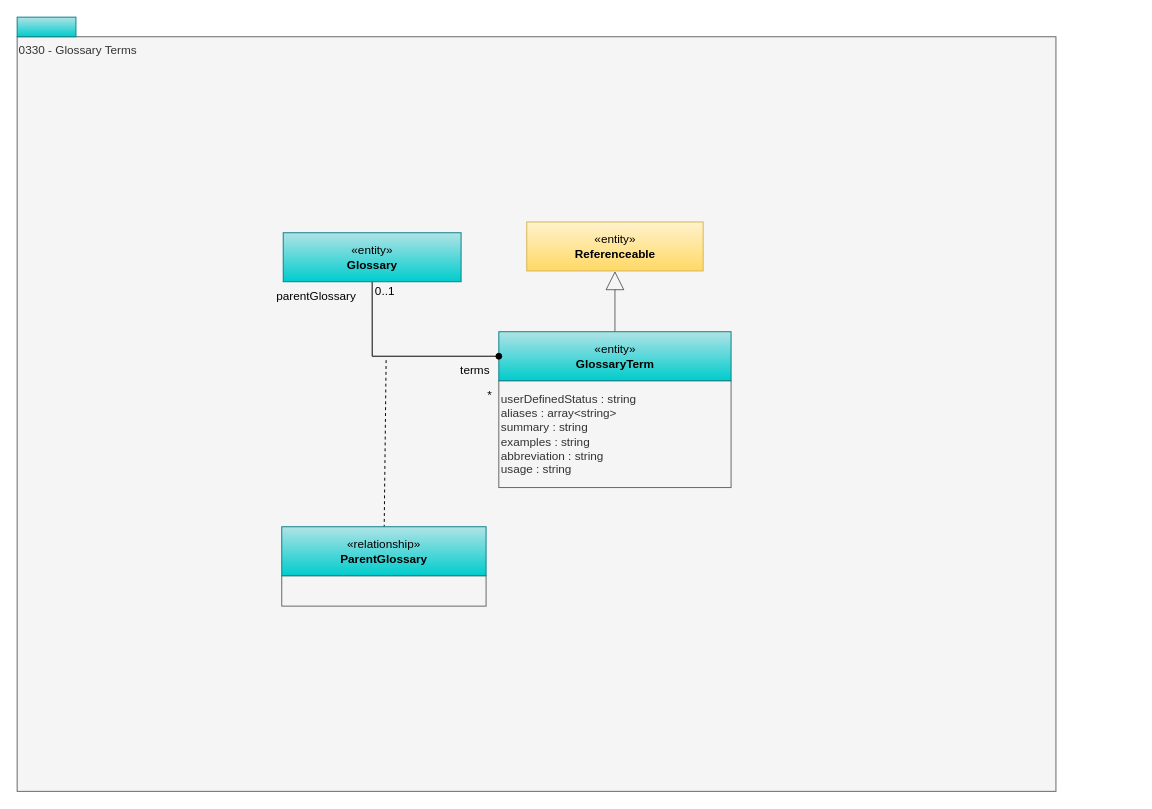
Earlier version of the draw.io diagram page "0330-Terms" (3 of 11) of site/docs/types/3/area-3-glossary.drawio (odpi/egeria-docs). Source tidied: cells renumbered, new cells numbered last; positions are measured from the earlier drawing's top-left corner, leaving out a move shared by most shapes. Both pictures are drawn from the tidied source at 98%, with x=0, y=0 at pixel (17, 17).
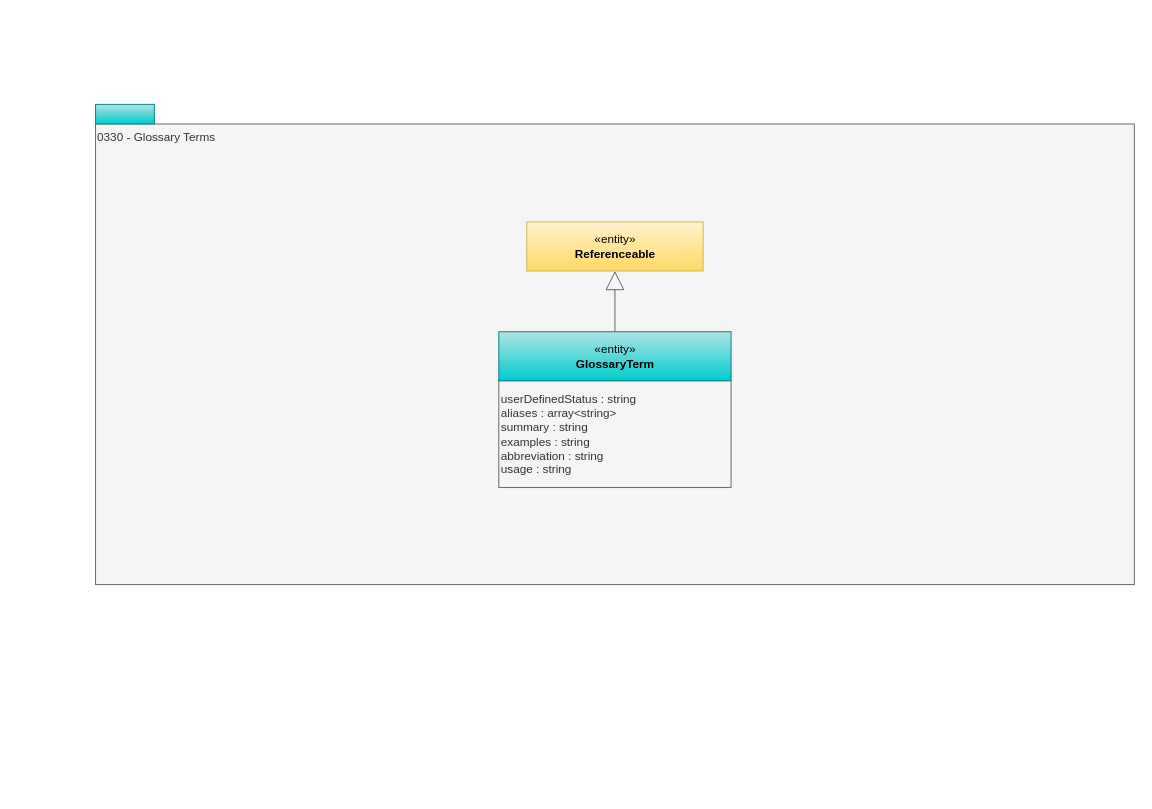
The same diagram, later.

The edit, as a diff of the source:
```diff
@@
 <mxGraphModel>
   <root>
     <mxCell id="0" />
     <mxCell id="1" parent="0" />
     <mxCell id="2" value="0330 - Glossary Terms" style="rounded=0;whiteSpace=wrap;html=1;align=left;verticalAlign=top;fillColor=#f5f5f5;fontColor=#333333;strokeColor=#666666;" parent="1" vertex="1">
-      <mxGeometry y="20" width="1060" height="770" as="geometry" />
+      <mxGeometry x="80" y="109" width="1060" height="470" as="geometry" />
     </mxCell>
     <mxCell id="3" value="«entity»&lt;br&gt;&lt;b&gt;Referenceable&lt;/b&gt;" style="html=1;strokeColor=#d6b656;align=center;fillColor=#fff2cc;gradientColor=#ffd966;" parent="1" vertex="1">
       <mxGeometry x="520" y="209" width="180" height="50" as="geometry" />
     </mxCell>
     <mxCell id="4" value="userDefinedStatus : string&lt;div&gt;aliases : array&amp;lt;string&amp;gt;&lt;br&gt;summary : string&lt;br&gt;examples : string&lt;br&gt;abbreviation : string&lt;br&gt;usage : string&lt;/div&gt;" style="rounded=0;whiteSpace=wrap;html=1;strokeColor=#666666;align=left;fillColor=#f5f5f5;fontColor=#333333;" parent="1" vertex="1">
       <mxGeometry x="491.5" y="371" width="237" height="109" as="geometry" />
     </mxCell>
     <mxCell id="5" style="rounded=0;whiteSpace=wrap;html=1;align=left;fillColor=#b0e3e6;strokeColor=#0e8088;gradientColor=#00CCCC;" parent="1" vertex="1">
-      <mxGeometry width="60" height="20" as="geometry" />
+      <mxGeometry x="80" y="89" width="60" height="20" as="geometry" />
     </mxCell>
     <mxCell id="6" style="edgeStyle=orthogonalEdgeStyle;rounded=0;jettySize=auto;html=1;exitX=0.5;exitY=0;exitDx=0;exitDy=0;endArrow=block;endFill=0;opacity=60;endSize=17;" parent="1" edge="1" source="7" target="3">
       <mxGeometry relative="1" as="geometry" />
     </mxCell>
     <mxCell id="7" value="«entity»&lt;br&gt;&lt;b&gt;GlossaryTerm&lt;/b&gt;" style="html=1;strokeColor=#0e8088;align=center;fillColor=#b0e3e6;gradientColor=#00CCCC;" parent="1" vertex="1">
       <mxGeometry x="491.5" y="321" width="237" height="50" as="geometry" />
     </mxCell>
-    <mxCell id="8" style="edgeStyle=orthogonalEdgeStyle;rounded=0;jettySize=auto;html=1;exitX=0.5;exitY=1;exitDx=0;exitDy=0;endArrow=oval;endFill=1;entryX=0;entryY=0.5;entryDx=0;entryDy=0;" parent="1" edge="1" source="9" target="7">
-      <mxGeometry relative="1" as="geometry">
-        <Array as="points">
-          <mxPoint x="362.5" y="346" />
-        </Array>
-      </mxGeometry>
-    </mxCell>
-    <mxCell id="9" value="«entity»&lt;br&gt;&lt;b&gt;Glossary&lt;/b&gt;" style="html=1;strokeColor=#0e8088;align=center;fillColor=#b0e3e6;gradientColor=#00CCCC;" parent="1" vertex="1">
-      <mxGeometry x="271.5" y="220" width="181.5" height="50" as="geometry" />
-    </mxCell>
-    <mxCell id="10" style="endArrow=none;dashed=1;html=1;" parent="1" edge="1" target="12">
-      <mxGeometry relative="1" as="geometry">
-        <mxPoint x="376.5" y="350" as="sourcePoint" />
-      </mxGeometry>
-    </mxCell>
-    <mxCell id="11" style="rounded=0;whiteSpace=wrap;html=1;strokeColor=#666666;align=left;fillColor=#f5f5f5;fontColor=#333333;" parent="1" vertex="1">
-      <mxGeometry x="270" y="570" width="208.5" height="31" as="geometry" />
-    </mxCell>
-    <mxCell id="12" value="«relationship»&lt;br&gt;&lt;b&gt;ParentGlossary&lt;/b&gt;" style="html=1;strokeColor=#0e8088;align=center;fillColor=#b0e3e6;gradientColor=#00CCCC;" parent="1" vertex="1">
-      <mxGeometry x="270" y="520" width="208.5" height="50" as="geometry" />
-    </mxCell>
-    <mxCell id="13" value="parentGlossary" style="text;html=1;align=center;verticalAlign=middle;" parent="1" vertex="1">
-      <mxGeometry x="255" y="270" width="100" height="30" as="geometry" />
-    </mxCell>
-    <mxCell id="14" value="terms" style="text;html=1;align=center;verticalAlign=middle;" parent="1" vertex="1">
-      <mxGeometry x="441.5" y="351" width="50" height="20" as="geometry" />
-    </mxCell>
-    <mxCell id="15" value="*" style="text;html=1;align=center;verticalAlign=middle;" parent="1" vertex="1">
-      <mxGeometry x="471.5" y="376" width="20" height="20" as="geometry" />
-    </mxCell>
-    <mxCell id="16" value="0..1" style="text;html=1;align=center;verticalAlign=middle;" parent="1" vertex="1">
-      <mxGeometry x="355" y="270" width="40" height="20" as="geometry" />
-    </mxCell>
   </root>
 </mxGraphModel>
```
